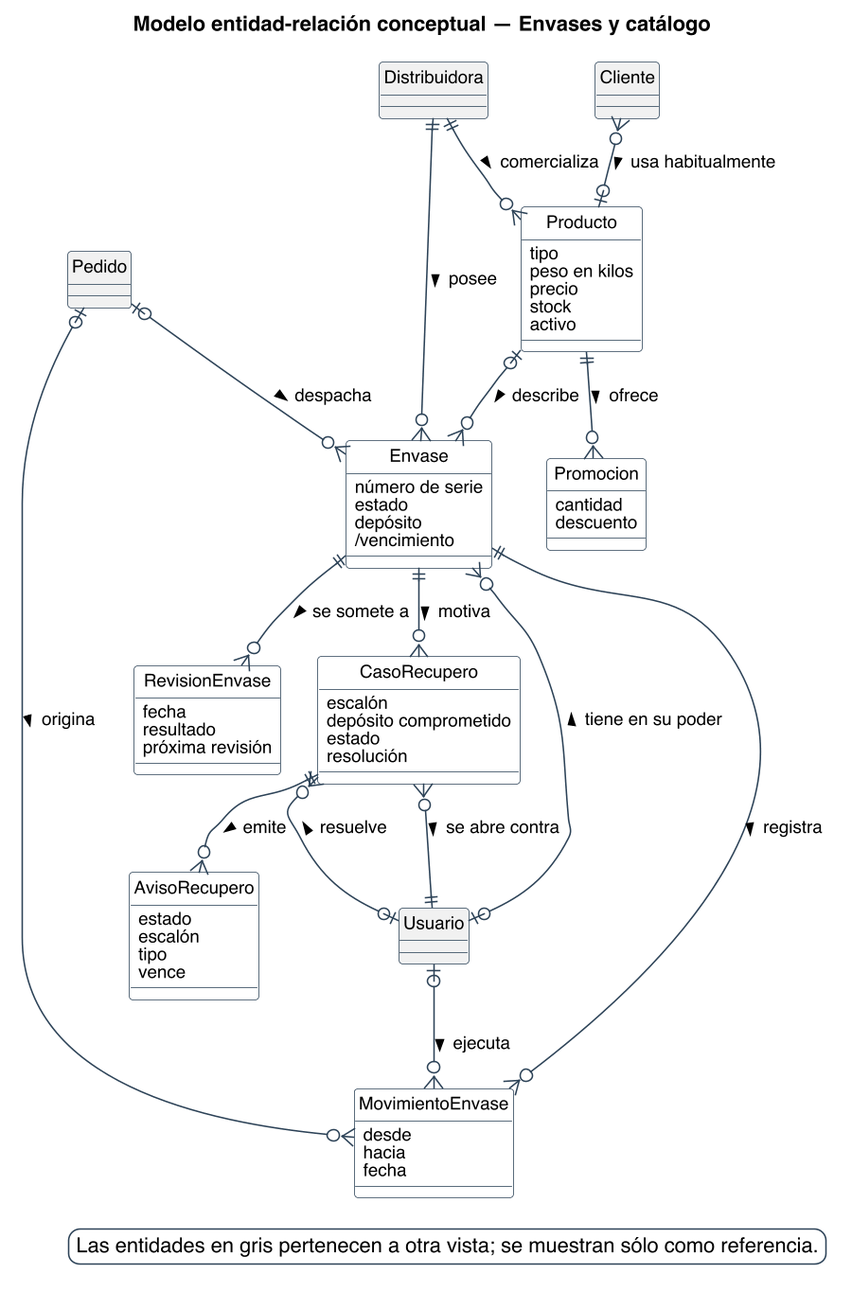
Above: diagramas/base-de-datos/conceptual/SPLG-der-05-envases-y-catalogo.png in Nahuelito-Dev/splg-docs (PlantUML), before the change. Its diagram source:
```plantuml
@startuml
title Modelo entidad-relación conceptual — Envases y catálogo
skinparam backgroundColor #FFFFFF
skinparam shadowing false
skinparam defaultFontName Helvetica
skinparam defaultFontSize 12
skinparam dpi 150
skinparam class {
  BorderColor #2C4257
  BackgroundColor #FFFFFF
  ArrowColor #2C4257
  FontSize 12
}
skinparam entity<<ajena>> {
  BackgroundColor #F1F1F1
  BorderColor #8A97A3
  FontColor #55616C
}
skinparam class<<propuesto>> {
  BorderColor #1F5E8C
  BackgroundColor #E4EDF4
}
skinparam legendBackgroundColor #FFFFFF
skinparam legendBorderColor #2C4257

hide circle

skinparam nodesep 25
skinparam ranksep 45

entity Producto {
  {field} tipo
  {field} peso en kilos
  {field} precio
  {field} stock
  {field} activo
}
entity Promocion {
  {field} cantidad
  {field} descuento
}
entity Envase {
  {field} número de serie
  {field} estado
  {field} depósito
  {field} /vencimiento
}
entity MovimientoEnvase {
  {field} desde
  {field} hacia
  {field} fecha
}
entity RevisionEnvase {
  {field} fecha
  {field} resultado
  {field} próxima revisión
}
entity CasoRecupero {
  {field} escalón
  {field} depósito comprometido
  {field} estado
  {field} resolución
}
entity AvisoRecupero {
  {field} estado
  {field} escalón
  {field} tipo
  {field} vence
}
entity Cliente #F1F1F1 {
}
entity Pedido #F1F1F1 {
}
entity Usuario #F1F1F1 {
}
entity Distribuidora #F1F1F1 {
}

Distribuidora ||--o{ Producto : comercializa >
Cliente }o--o| Producto : usa habitualmente >
Producto ||--o{ Promocion : ofrece >
Usuario |o--o{ Envase : tiene en su poder >
Pedido |o--o{ Envase : despacha >
Distribuidora ||--o{ Envase : posee >
Producto |o--o{ Envase : describe >
Envase ||--o{ RevisionEnvase : se somete a >
Usuario |o--o{ MovimientoEnvase : ejecuta >
Envase ||--o{ MovimientoEnvase : registra >
Pedido |o--o{ MovimientoEnvase : origina >
Envase ||--o{ CasoRecupero : motiva >
Usuario |o--o{ CasoRecupero : resuelve >
CasoRecupero }o--|| Usuario : se abre contra >
CasoRecupero ||--o{ AvisoRecupero : emite >

legend bottom right
  Las entidades en gris pertenecen a otra vista; se muestran sólo como referencia.
endlegend
@enduml
```
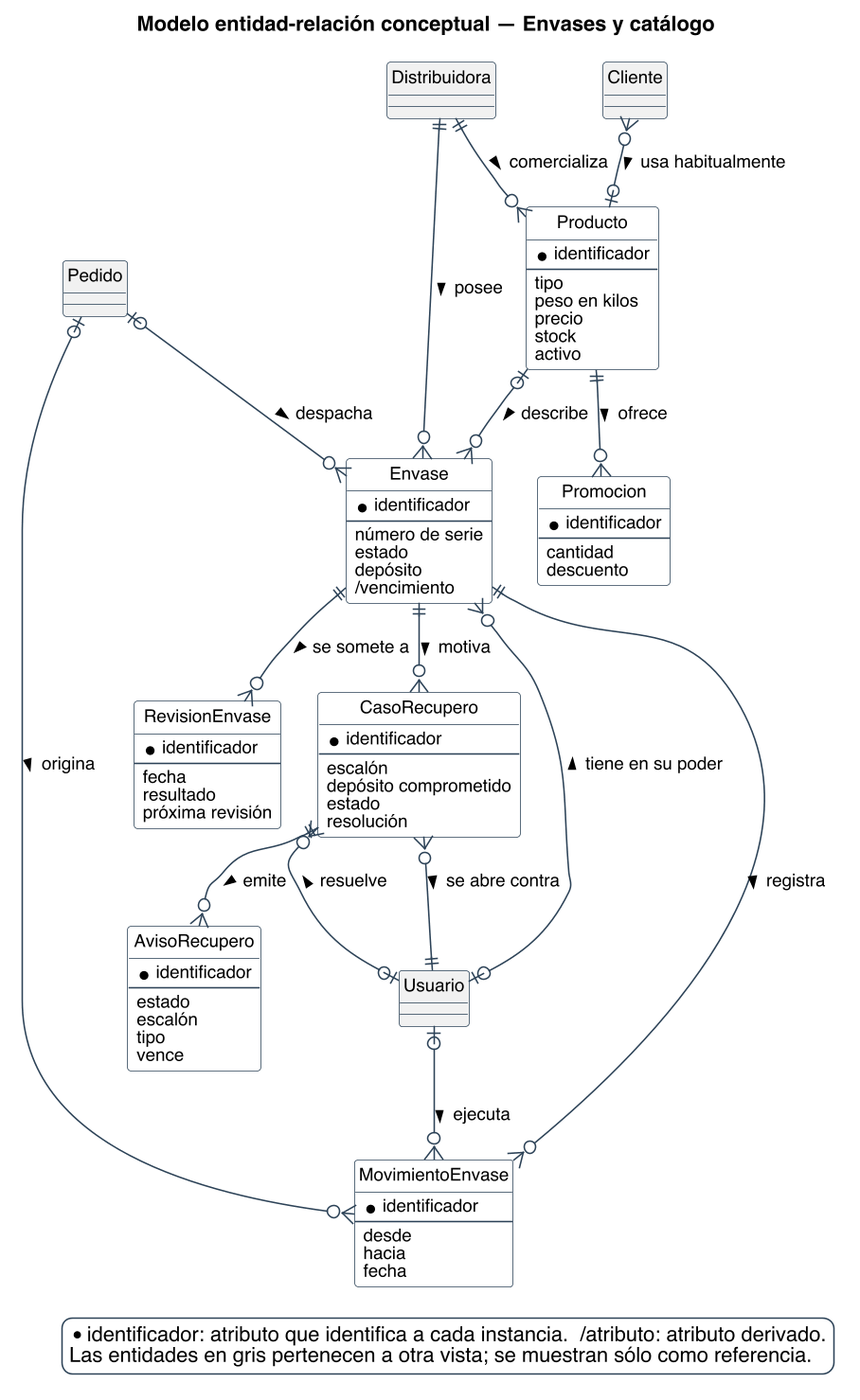
Later version of the same file.

Diff of the diagram source:
```diff
@@ -29,6 +29,8 @@
 skinparam ranksep 45
 
 entity Producto {
+  * identificador
+  --
   {field} tipo
   {field} peso en kilos
   {field} precio
@@ -36,32 +38,44 @@
   {field} activo
 }
 entity Promocion {
+  * identificador
+  --
   {field} cantidad
   {field} descuento
 }
 entity Envase {
+  * identificador
+  --
   {field} número de serie
   {field} estado
   {field} depósito
   {field} /vencimiento
 }
 entity MovimientoEnvase {
+  * identificador
+  --
   {field} desde
   {field} hacia
   {field} fecha
 }
 entity RevisionEnvase {
+  * identificador
+  --
   {field} fecha
   {field} resultado
   {field} próxima revisión
 }
 entity CasoRecupero {
+  * identificador
+  --
   {field} escalón
   {field} depósito comprometido
   {field} estado
   {field} resolución
 }
 entity AvisoRecupero {
+  * identificador
+  --
   {field} estado
   {field} escalón
   {field} tipo
@@ -93,6 +107,7 @@
 CasoRecupero ||--o{ AvisoRecupero : emite >
 
 legend bottom right
+  * identificador: atributo que identifica a cada instancia.  /atributo: atributo derivado.
   Las entidades en gris pertenecen a otra vista; se muestran sólo como referencia.
 endlegend
 @enduml
```
